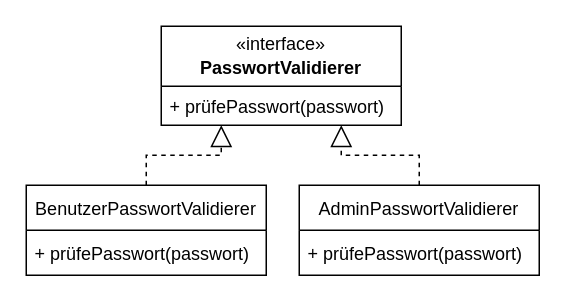
The draw.io diagram tex/img/OCP.drawio in xThale/Seminararbeit, before the edit. Source tidied: cells renumbered, new cells numbered last; positions are measured from the earlier drawing's top-left corner, leaving out a move shared by most shapes. Both pictures are drawn from the tidied source at 150%, with x=0, y=0 at pixel (26, 26).
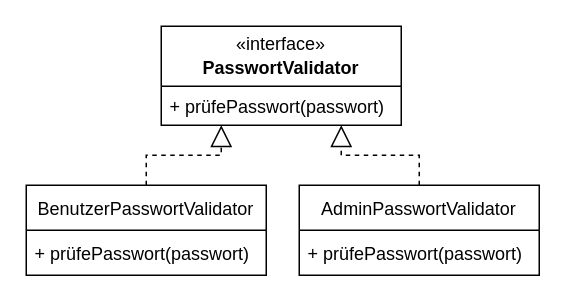
After the change.

What changed in the source:
```diff
@@
 <mxGraphModel>
   <root>
     <mxCell id="0" />
     <mxCell id="1" parent="0" />
+    <mxCell id="11" style="swimlane;fontStyle=0;horizontal=1;startSize=40;fillColor=none;" parent="1" vertex="1">
+      <mxGeometry x="90" width="160" height="66" as="geometry" />
+    </mxCell>
+    <mxCell id="12" value="+ prüfePasswort(passwort)" style="text;strokeColor=none;fillColor=none;align=left;verticalAlign=top;spacingLeft=4;spacingRight=4;overflow=hidden;" parent="11" vertex="1">
+      <mxGeometry y="40" width="160" height="26" as="geometry" />
+    </mxCell>
-    <mxCell id="2" value="BenutzerPasswortValidierer" style="swimlane;fontStyle=0;horizontal=1;startSize=30;" parent="1" vertex="1">
+    <mxCell id="2" value="BenutzerPasswortValidator" style="swimlane;fontStyle=0;horizontal=1;startSize=30;" parent="1" vertex="1">
       <mxGeometry y="106" width="160" height="60" as="geometry" />
     </mxCell>
     <mxCell id="3" value="+ prüfePasswort(passwort)" style="text;strokeColor=none;fillColor=none;align=left;verticalAlign=middle;spacingLeft=4;spacingRight=4;overflow=hidden;" parent="2" vertex="1">
       <mxGeometry y="30" width="160" height="30" as="geometry" />
     </mxCell>
-    <mxCell id="4" value="AdminPasswortValidierer" style="swimlane;fontStyle=0;horizontal=1;startSize=30;" parent="1" vertex="1">
+    <mxCell id="4" value="AdminPasswortValidator" style="swimlane;fontStyle=0;horizontal=1;startSize=30;" parent="1" vertex="1">
       <mxGeometry x="182" y="106" width="160" height="60" as="geometry" />
     </mxCell>
     <mxCell id="5" value="+ prüfePasswort(passwort)" style="text;strokeColor=none;fillColor=none;align=left;verticalAlign=middle;spacingLeft=4;spacingRight=4;overflow=hidden;" parent="4" vertex="1">
       <mxGeometry y="30" width="160" height="30" as="geometry" />
     </mxCell>
     <mxCell id="6" style="endArrow=block;dashed=1;endFill=0;endSize=12;html=1;rounded=0;edgeStyle=orthogonalEdgeStyle;exitX=0.5;exitY=0;exitDx=0;exitDy=0;entryX=0.25;entryY=1;entryDx=0;entryDy=0;" parent="1" edge="1" source="2" target="11">
       <mxGeometry relative="1" as="geometry" />
     </mxCell>
     <mxCell id="7" style="endArrow=block;dashed=1;endFill=0;endSize=12;html=1;rounded=0;edgeStyle=orthogonalEdgeStyle;entryX=0.75;entryY=1;entryDx=0;entryDy=0;exitX=0.5;exitY=0;exitDx=0;exitDy=0;" parent="1" edge="1" source="4" target="11">
       <mxGeometry relative="1" as="geometry" />
     </mxCell>
-    <mxCell id="8" style="group;" parent="1" vertex="1">
-      <mxGeometry x="90" width="160" height="66" as="geometry" />
-    </mxCell>
-    <mxCell id="9" value="PasswortValidierer" style="text;align=center;fontStyle=1;verticalAlign=middle;spacingLeft=3;spacingRight=3;strokeColor=none;" parent="8" vertex="1">
-      <mxGeometry x="10" y="14" width="140" height="26" as="geometry" />
+    <mxCell id="9" value="PasswortValidator" style="text;align=center;fontStyle=1;verticalAlign=middle;spacingLeft=3;spacingRight=3;strokeColor=none;" parent="1" vertex="1">
+      <mxGeometry x="100" y="14" width="140" height="26" as="geometry" />
     </mxCell>
-    <mxCell id="10" value="&lt;span&gt;«interface»&lt;/span&gt;" style="text;html=1;strokeColor=none;fillColor=none;align=center;verticalAlign=middle;whiteSpace=wrap;rounded=0;" parent="8" vertex="1">
-      <mxGeometry x="10" width="140" height="24" as="geometry" />
+    <mxCell id="10" value="&lt;span&gt;«interface»&lt;/span&gt;" style="text;html=1;strokeColor=none;fillColor=none;align=center;verticalAlign=middle;whiteSpace=wrap;rounded=0;" parent="1" vertex="1">
+      <mxGeometry x="100" width="140" height="24" as="geometry" />
     </mxCell>
-    <mxCell id="11" style="swimlane;fontStyle=0;horizontal=1;startSize=40;fillColor=none;" parent="8" vertex="1">
-      <mxGeometry width="160" height="66" as="geometry" />
-    </mxCell>
-    <mxCell id="12" value="+ prüfePasswort(passwort)" style="text;strokeColor=none;fillColor=none;align=left;verticalAlign=top;spacingLeft=4;spacingRight=4;overflow=hidden;" parent="11" vertex="1">
-      <mxGeometry y="40" width="160" height="26" as="geometry" />
-    </mxCell>
   </root>
 </mxGraphModel>
```
